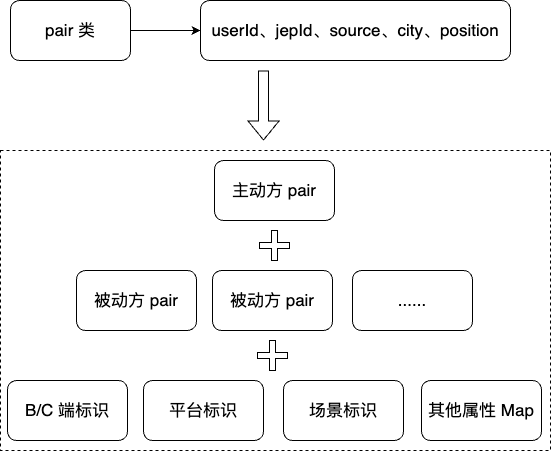
liujunao/draw-data keeps this draw.io diagram as work-draw-file/场景接入的设计方案.png. Above is the earlier version. Source tidied: cells renumbered, new cells last; positions are measured from the earlier drawing's top-left corner, leaving out a move shared by most shapes.
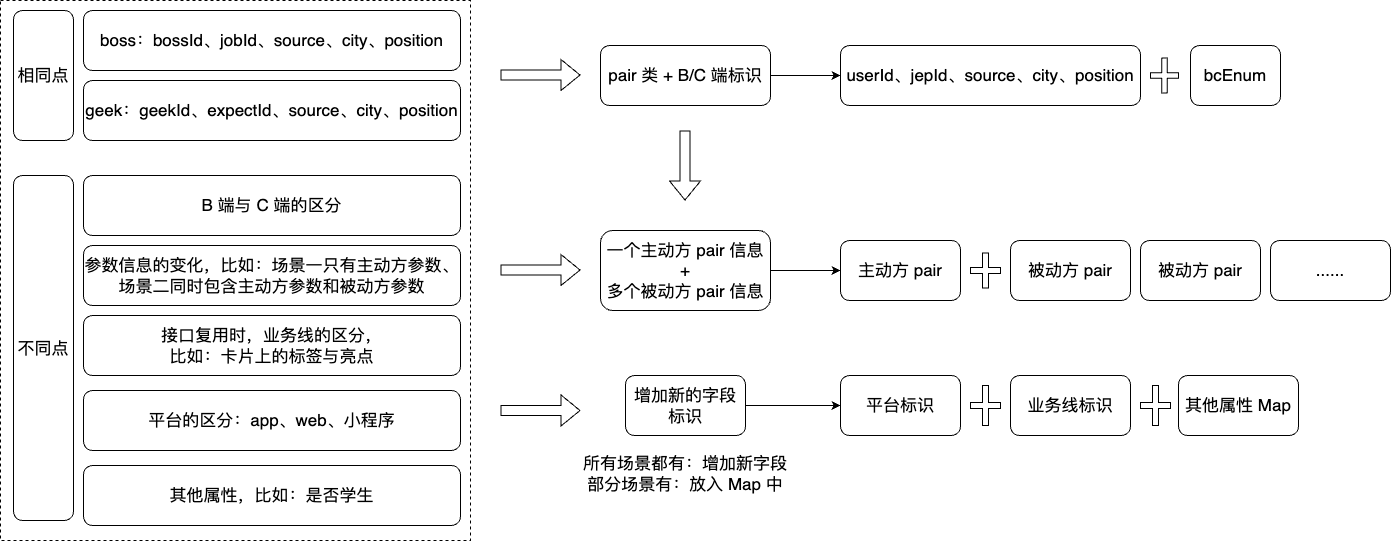
The same diagram one commit later.

Commit message:
更新场景接入的设计方案.png

What changed in the source:
```diff
@@ -2,53 +2,119 @@
   <root>
     <mxCell id="0" />
     <mxCell id="1" parent="0" />
-    <mxCell id="2" style="rounded=0;whiteSpace=wrap;html=1;dashed=1;" parent="1" vertex="1">
-      <mxGeometry y="150" width="550" height="300" as="geometry" />
-    </mxCell>
     <mxCell id="3" value="&lt;font size=&quot;3&quot;&gt;userId、jepId、source、city、position&lt;/font&gt;" style="rounded=1;whiteSpace=wrap;html=1;" parent="1" vertex="1">
-      <mxGeometry x="200" width="310" height="60" as="geometry" />
+      <mxGeometry x="-50" y="75" width="300" height="60" as="geometry" />
     </mxCell>
     <mxCell id="4" style="edgeStyle=orthogonalEdgeStyle;rounded=0;jettySize=auto;html=1;exitX=1;exitY=0.5;exitDx=0;exitDy=0;" parent="1" edge="1" source="5" target="3">
       <mxGeometry relative="1" as="geometry" />
     </mxCell>
-    <mxCell id="5" value="&lt;font size=&quot;3&quot;&gt;pair 类&lt;/font&gt;" style="rounded=1;whiteSpace=wrap;html=1;" parent="1" vertex="1">
-      <mxGeometry x="10" width="120" height="60" as="geometry" />
+    <mxCell id="5" value="&lt;font size=&quot;3&quot;&gt;pair 类 + B/C 端标识&lt;/font&gt;" style="rounded=1;whiteSpace=wrap;html=1;" parent="1" vertex="1">
+      <mxGeometry x="-290" y="75" width="170" height="60" as="geometry" />
     </mxCell>
     <mxCell id="6" value="&lt;font size=&quot;3&quot;&gt;主动方 pair&lt;/font&gt;" style="rounded=1;whiteSpace=wrap;html=1;" parent="1" vertex="1">
-      <mxGeometry x="214" y="160" width="120" height="60" as="geometry" />
+      <mxGeometry x="-50" y="270" width="120" height="60" as="geometry" />
     </mxCell>
     <mxCell id="7" value="&lt;font size=&quot;3&quot;&gt;被动方 pair&lt;/font&gt;" style="rounded=1;whiteSpace=wrap;html=1;" parent="1" vertex="1">
-      <mxGeometry x="76" y="270" width="120" height="60" as="geometry" />
+      <mxGeometry x="120" y="270" width="120" height="60" as="geometry" />
     </mxCell>
     <mxCell id="8" value="&lt;font size=&quot;3&quot;&gt;......&lt;/font&gt;" style="rounded=1;whiteSpace=wrap;html=1;" parent="1" vertex="1">
-      <mxGeometry x="352" y="270" width="120" height="60" as="geometry" />
+      <mxGeometry x="380" y="270" width="120" height="60" as="geometry" />
     </mxCell>
     <mxCell id="9" value="&lt;font size=&quot;3&quot;&gt;被动方 pair&lt;/font&gt;" style="rounded=1;whiteSpace=wrap;html=1;" parent="1" vertex="1">
-      <mxGeometry x="212" y="270" width="120" height="60" as="geometry" />
+      <mxGeometry x="250" y="270" width="120" height="60" as="geometry" />
     </mxCell>
     <mxCell id="10" style="shape=cross;whiteSpace=wrap;html=1;" parent="1" vertex="1">
-      <mxGeometry x="259" y="230" width="30" height="30" as="geometry" />
+      <mxGeometry x="80" y="282.5" width="30" height="35" as="geometry" />
     </mxCell>
     <mxCell id="11" style="shape=cross;whiteSpace=wrap;html=1;" parent="1" vertex="1">
-      <mxGeometry x="257" y="340" width="30" height="30" as="geometry" />
+      <mxGeometry x="80" y="415" width="30" height="40" as="geometry" />
     </mxCell>
-    <mxCell id="12" value="&lt;font size=&quot;3&quot;&gt;B/C 端标识&lt;br&gt;&lt;/font&gt;" style="rounded=1;whiteSpace=wrap;html=1;" parent="1" vertex="1">
-      <mxGeometry x="7" y="380" width="120" height="60" as="geometry" />
-    </mxCell>
     <mxCell id="13" value="&lt;font size=&quot;3&quot;&gt;平台标识&lt;br&gt;&lt;/font&gt;" style="rounded=1;whiteSpace=wrap;html=1;" parent="1" vertex="1">
-      <mxGeometry x="143" y="380" width="120" height="60" as="geometry" />
+      <mxGeometry x="-50" y="405" width="120" height="60" as="geometry" />
     </mxCell>
-    <mxCell id="14" value="&lt;font size=&quot;3&quot;&gt;场景标识&lt;br&gt;&lt;/font&gt;" style="rounded=1;whiteSpace=wrap;html=1;" parent="1" vertex="1">
-      <mxGeometry x="283" y="380" width="120" height="60" as="geometry" />
+    <mxCell id="14" value="&lt;font size=&quot;3&quot;&gt;业务线标识&lt;br&gt;&lt;/font&gt;" style="rounded=1;whiteSpace=wrap;html=1;" parent="1" vertex="1">
+      <mxGeometry x="120" y="405" width="120" height="60" as="geometry" />
     </mxCell>
     <mxCell id="15" value="&lt;font size=&quot;3&quot;&gt;其他属性 Map&lt;br&gt;&lt;/font&gt;" style="rounded=1;whiteSpace=wrap;html=1;" parent="1" vertex="1">
-      <mxGeometry x="421" y="380" width="120" height="60" as="geometry" />
+      <mxGeometry x="288" y="405" width="120" height="60" as="geometry" />
     </mxCell>
     <mxCell id="16" style="shape=flexArrow;endArrow=classic;html=1;rounded=0;" parent="1" edge="1">
       <mxGeometry relative="1" as="geometry">
-        <mxPoint x="263" y="70" as="sourcePoint" />
-        <mxPoint x="263" y="140" as="targetPoint" />
+        <mxPoint x="-390" y="104.5" as="sourcePoint" />
+        <mxPoint x="-310" y="104.5" as="targetPoint" />
       </mxGeometry>
     </mxCell>
+    <mxCell id="17" style="rounded=0;whiteSpace=wrap;html=1;dashed=1;" parent="1" vertex="1">
+      <mxGeometry x="-890" y="30" width="470" height="540" as="geometry" />
+    </mxCell>
+    <mxCell id="18" value="&lt;font size=&quot;3&quot;&gt;相同点&lt;/font&gt;" style="rounded=1;whiteSpace=wrap;html=1;" parent="1" vertex="1">
+      <mxGeometry x="-877" y="40" width="60" height="130" as="geometry" />
+    </mxCell>
+    <mxCell id="19" value="&lt;font size=&quot;3&quot;&gt;boss：bossId、jobId、source、city、position&lt;/font&gt;" style="rounded=1;whiteSpace=wrap;html=1;" parent="1" vertex="1">
+      <mxGeometry x="-807" y="40" width="377" height="60" as="geometry" />
+    </mxCell>
+    <mxCell id="20" value="&lt;font size=&quot;3&quot;&gt;geek：geekId、expectId、source、city、position&lt;/font&gt;" style="rounded=1;whiteSpace=wrap;html=1;" parent="1" vertex="1">
+      <mxGeometry x="-807" y="110" width="377" height="60" as="geometry" />
+    </mxCell>
+    <mxCell id="21" value="&lt;font size=&quot;3&quot;&gt;不同点&lt;/font&gt;" style="rounded=1;whiteSpace=wrap;html=1;" parent="1" vertex="1">
+      <mxGeometry x="-877" y="205" width="60" height="345" as="geometry" />
+    </mxCell>
+    <mxCell id="22" value="&lt;font size=&quot;3&quot;&gt;B 端与 C 端的区分&lt;/font&gt;" style="rounded=1;whiteSpace=wrap;html=1;" parent="1" vertex="1">
+      <mxGeometry x="-807" y="205" width="377" height="60" as="geometry" />
+    </mxCell>
+    <mxCell id="23" value="&lt;font size=&quot;3&quot;&gt;平台的区分：app、web、小程序&lt;/font&gt;" style="rounded=1;whiteSpace=wrap;html=1;" parent="1" vertex="1">
+      <mxGeometry x="-807" y="420" width="377" height="60" as="geometry" />
+    </mxCell>
+    <mxCell id="24" value="&lt;font size=&quot;3&quot;&gt;参数信息的变化，比如：场景一只有主动方参数、场景二同时包含主动方参数和被动方参数&lt;/font&gt;" style="rounded=1;whiteSpace=wrap;html=1;" parent="1" vertex="1">
+      <mxGeometry x="-807" y="275" width="377" height="60" as="geometry" />
+    </mxCell>
+    <mxCell id="25" value="&lt;font size=&quot;3&quot;&gt;其他属性，比如：是否学生&lt;/font&gt;" style="rounded=1;whiteSpace=wrap;html=1;" parent="1" vertex="1">
+      <mxGeometry x="-807" y="495" width="377" height="60" as="geometry" />
+    </mxCell>
+    <mxCell id="26" value="&lt;font size=&quot;3&quot;&gt;接口复用时，业务线的区分，&lt;br&gt;比如：卡片上的标签与亮点&lt;/font&gt;" style="rounded=1;whiteSpace=wrap;html=1;" parent="1" vertex="1">
+      <mxGeometry x="-807" y="345" width="377" height="60" as="geometry" />
+    </mxCell>
+    <mxCell id="27" value="&lt;font size=&quot;3&quot;&gt;bcEnum&lt;/font&gt;" style="rounded=1;whiteSpace=wrap;html=1;" parent="1" vertex="1">
+      <mxGeometry x="300" y="75" width="90" height="60" as="geometry" />
+    </mxCell>
+    <mxCell id="28" style="shape=cross;whiteSpace=wrap;html=1;" parent="1" vertex="1">
+      <mxGeometry x="260" y="87.5" width="28" height="35" as="geometry" />
+    </mxCell>
+    <mxCell id="29" style="shape=flexArrow;endArrow=classic;html=1;rounded=0;" parent="1" edge="1">
+      <mxGeometry relative="1" as="geometry">
+        <mxPoint x="-390" y="299.5" as="sourcePoint" />
+        <mxPoint x="-310" y="299.5" as="targetPoint" />
+      </mxGeometry>
+    </mxCell>
+    <mxCell id="30" style="shape=flexArrow;endArrow=classic;html=1;rounded=0;" parent="1" edge="1">
+      <mxGeometry relative="1" as="geometry">
+        <mxPoint x="-205.5" y="160" as="sourcePoint" />
+        <mxPoint x="-205.5" y="230" as="targetPoint" />
+      </mxGeometry>
+    </mxCell>
+    <mxCell id="31" style="edgeStyle=orthogonalEdgeStyle;rounded=0;jettySize=auto;html=1;exitX=1;exitY=0.5;exitDx=0;exitDy=0;entryX=0;entryY=0.5;entryDx=0;entryDy=0;" parent="1" edge="1" source="32" target="6">
+      <mxGeometry relative="1" as="geometry" />
+    </mxCell>
+    <mxCell id="32" value="&lt;font size=&quot;3&quot;&gt;一个主动方 pair 信息 +&lt;br&gt;多个被动方 pair 信息&lt;br&gt;&lt;/font&gt;" style="rounded=1;whiteSpace=wrap;html=1;" parent="1" vertex="1">
+      <mxGeometry x="-290" y="260" width="170" height="80" as="geometry" />
+    </mxCell>
+    <mxCell id="33" style="shape=flexArrow;endArrow=classic;html=1;rounded=0;" parent="1" edge="1">
+      <mxGeometry relative="1" as="geometry">
+        <mxPoint x="-390" y="440" as="sourcePoint" />
+        <mxPoint x="-310" y="440" as="targetPoint" />
+      </mxGeometry>
+    </mxCell>
+    <mxCell id="34" style="edgeStyle=orthogonalEdgeStyle;rounded=0;jettySize=auto;html=1;exitX=1;exitY=0.5;exitDx=0;exitDy=0;entryX=0;entryY=0.5;entryDx=0;entryDy=0;" parent="1" edge="1" source="35" target="13">
+      <mxGeometry relative="1" as="geometry" />
+    </mxCell>
+    <mxCell id="35" value="&lt;font size=&quot;3&quot;&gt;增加新的字段标识&lt;/font&gt;" style="rounded=1;whiteSpace=wrap;html=1;" parent="1" vertex="1">
+      <mxGeometry x="-265" y="405" width="120" height="60" as="geometry" />
+    </mxCell>
+    <mxCell id="36" style="shape=cross;whiteSpace=wrap;html=1;" parent="1" vertex="1">
+      <mxGeometry x="250" y="415" width="30" height="40" as="geometry" />
+    </mxCell>
+    <mxCell id="37" value="&lt;font size=&quot;3&quot;&gt;所有场景都有：增加新字段&lt;br&gt;部分场景有：放入 Map 中&lt;br&gt;&lt;/font&gt;" style="text;html=1;strokeColor=none;fillColor=none;align=center;verticalAlign=middle;whiteSpace=wrap;rounded=0;" parent="1" vertex="1">
+      <mxGeometry x="-315" y="480" width="220" height="45" as="geometry" />
+    </mxCell>
   </root>
 </mxGraphModel>
```
